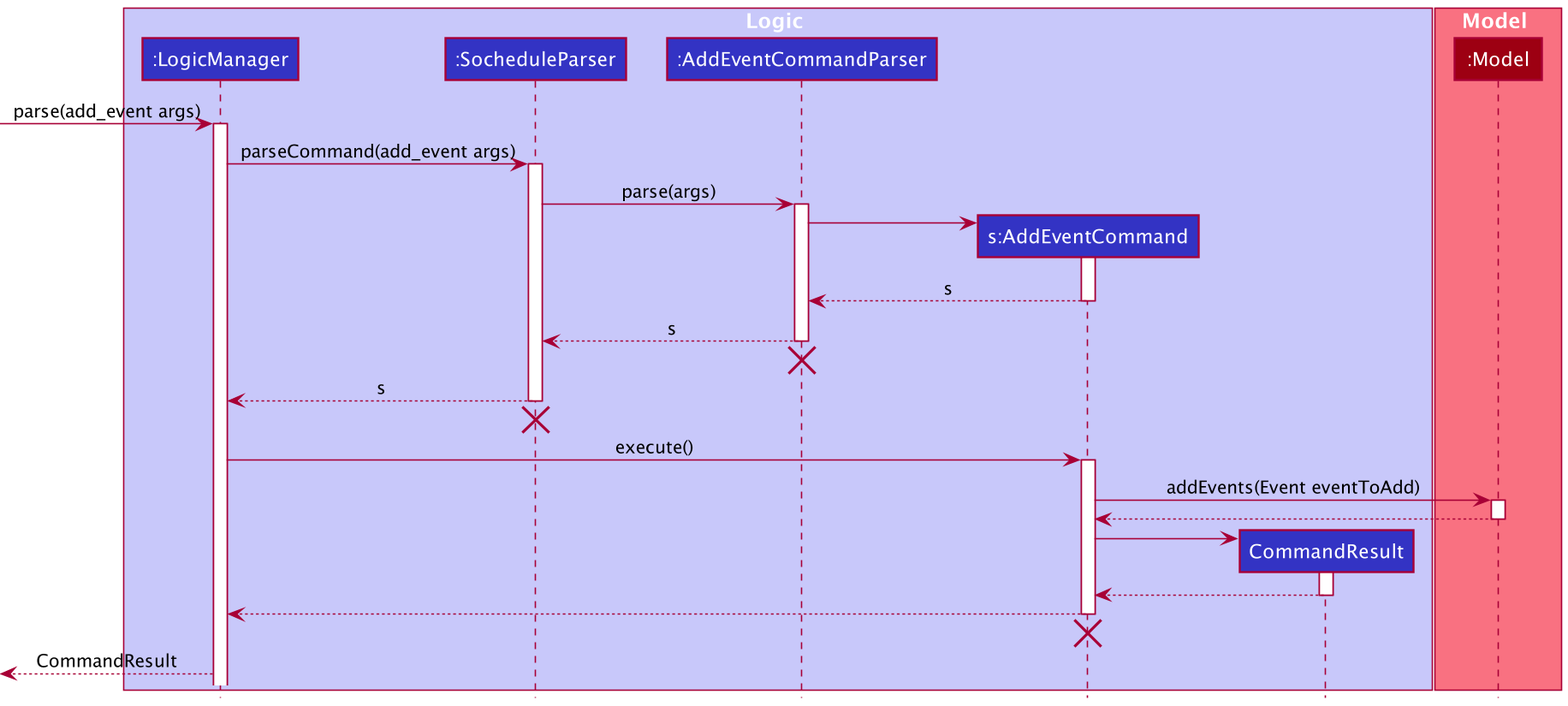
Earlier version of the PlantUML export docs/images/AddEventCommandSequenceDiagram.png (nus-cs2103-AY2021S2/tp). Source of this version:
```plantuml
@startuml
!include style.puml

box Logic LOGIC_COLOR_T1
participant ":LogicManager" as LogicManager LOGIC_COLOR
participant ":SocheduleParser" as SocheduleParser LOGIC_COLOR
participant ":AddEventCommandParser" as AddEventCommandParser LOGIC_COLOR
participant "s:AddEventCommand" as AddEventCommand LOGIC_COLOR
participant "CommandResult" as CommandResult LOGIC_COLOR
end box

box Model MODEL_COLOR_T1
participant ":Model" as Model MODEL_COLOR
end box

[-> LogicManager : parse(add_event args)
activate LogicManager

LogicManager -> SocheduleParser : parseCommand(add_event args)
activate SocheduleParser

SocheduleParser -> AddEventCommandParser: parse(args)
activate AddEventCommandParser

create AddEventCommand
AddEventCommandParser -> AddEventCommand
activate AddEventCommand
AddEventCommandParser <--AddEventCommand : s
deactivate AddEventCommand

SocheduleParser <--AddEventCommandParser : s
deactivate AddEventCommandParser
AddEventCommandParser -[hidden]->[
destroy AddEventCommandParser

LogicManager <-- SocheduleParser : s
deactivate SocheduleParser
SocheduleParser -[hidden]->[
destroy SocheduleParser

LogicManager -> AddEventCommand : execute()
activate AddEventCommand

AddEventCommand -> Model : addEvents(Event eventToAdd)
activate Model
AddEventCommand <-- Model
deactivate Model

create CommandResult
AddEventCommand -> CommandResult
activate CommandResult
AddEventCommand <-- CommandResult
deactivate CommandResult

LogicManager <-- AddEventCommand
deactivate AddEventCommand
AddEventCommand -[hidden]->[
destroy AddEventCommand

[<-- LogicManager : CommandResult
@enduml
```
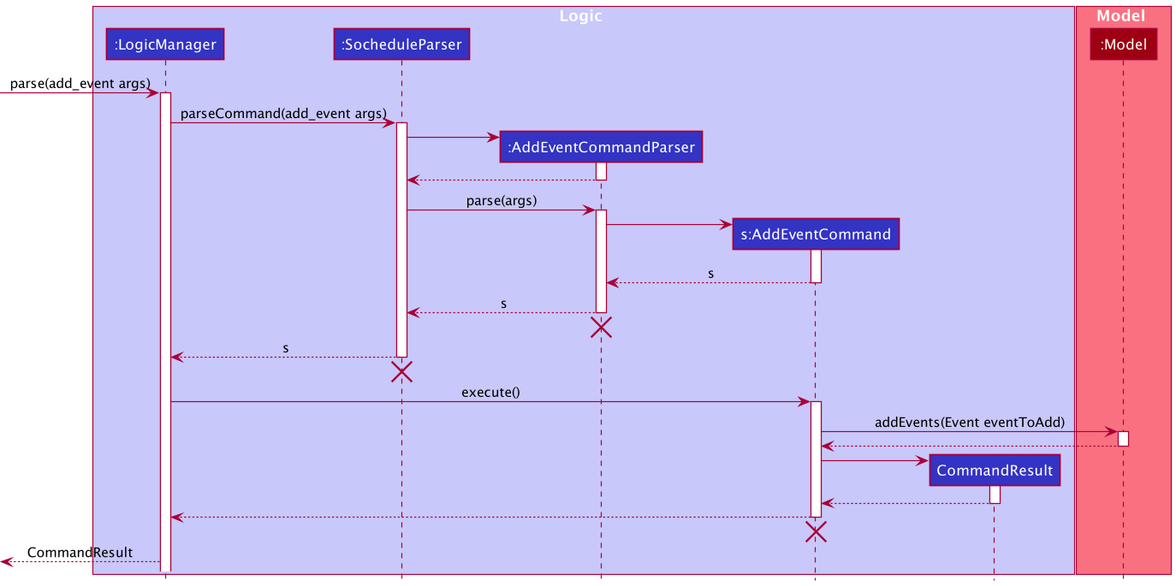
After the change.

Diff of the diagram source:
```diff
@@ -18,6 +18,13 @@
 
 LogicManager -> SocheduleParser : parseCommand(add_event args)
 activate SocheduleParser
+
+create AddEventCommandParser
+SocheduleParser -> AddEventCommandParser
+activate AddEventCommandParser
+
+AddEventCommandParser --> SocheduleParser
+deactivate AddEventCommandParser
 
 SocheduleParser -> AddEventCommandParser: parse(args)
 activate AddEventCommandParser
```
